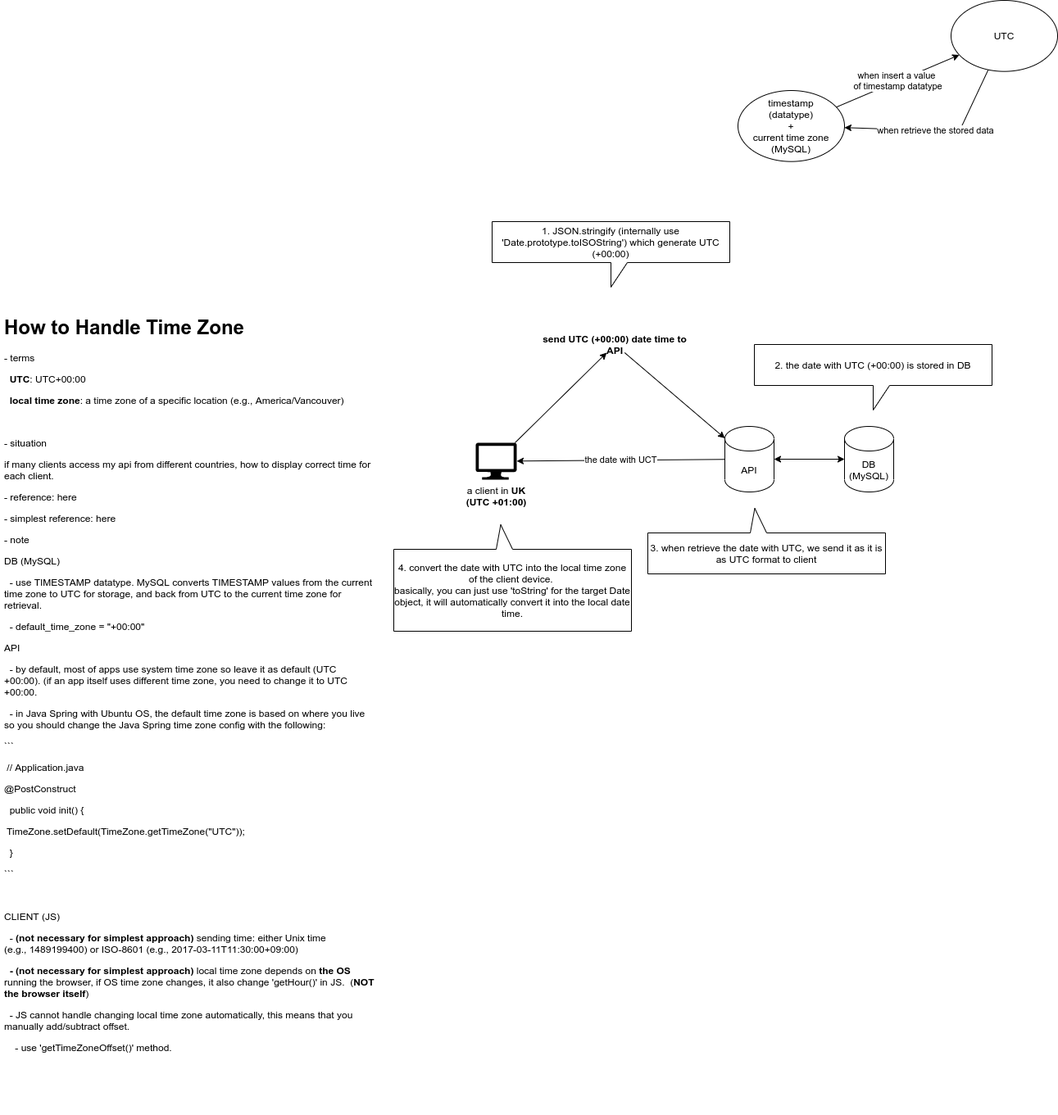
Earlier version of the draw.io export time-zone-overview.png (stsiwo/time-zone). Source tidied: cells renumbered, new cells last; positions are measured from the earlier drawing's top-left corner, leaving out a move shared by most shapes.
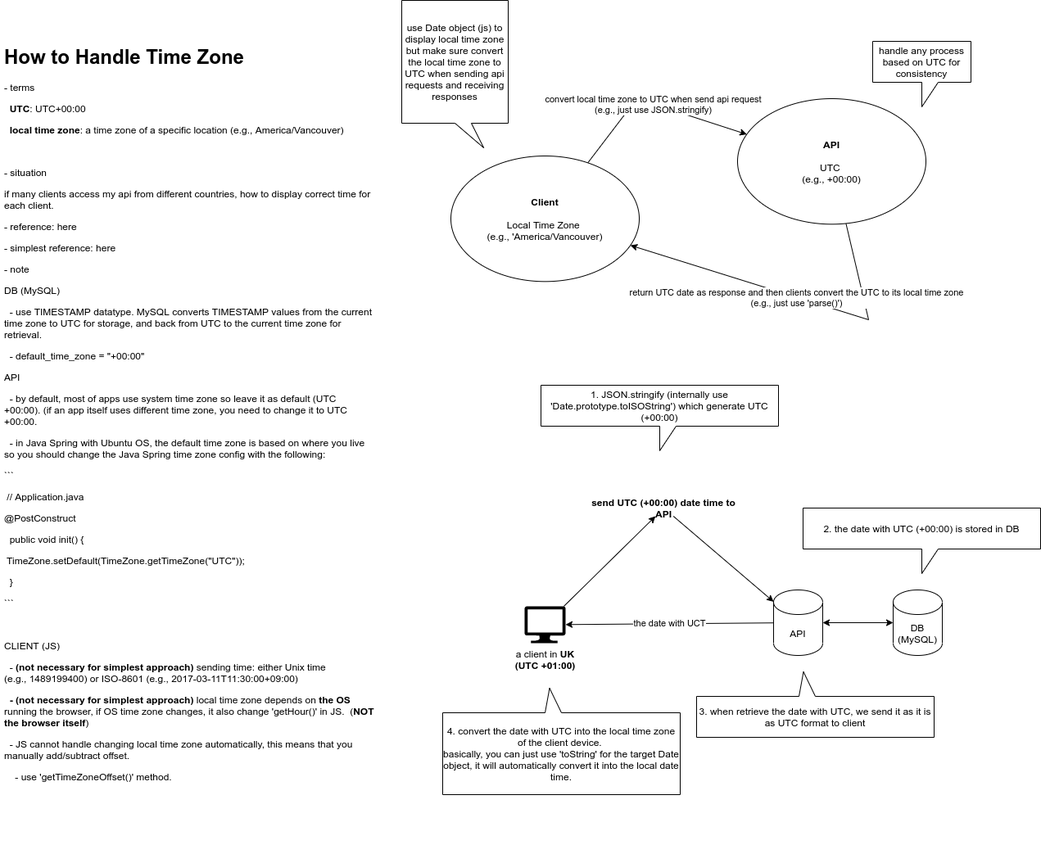
After the change.

The edit, as a diff of the source:
````diff
@@ -21,7 +21,7 @@
       <mxGeometry x="580" y="540" width="50" height="45" as="geometry" />
     </mxCell>
     <mxCell id="8" value="&lt;h1&gt;How to Handle Time Zone&amp;nbsp;&lt;/h1&gt;&lt;p&gt;- terms&lt;/p&gt;&lt;p&gt;&amp;nbsp; &lt;b&gt;UTC&lt;/b&gt;: UTC+00:00&lt;/p&gt;&lt;p&gt;&amp;nbsp; &lt;b&gt;local time zone&lt;/b&gt;: a time zone of a specific location (e.g., America/Vancouver)&lt;/p&gt;&lt;p&gt;&lt;br&gt;&lt;/p&gt;&lt;p&gt;- situation&lt;/p&gt;&lt;p&gt;if many clients access my api from different countries, how to display correct time for each client.&lt;/p&gt;&lt;p&gt;- reference: &lt;a href=&quot;https://toastui.medium.com/handling-time-zone-in-javascript-547e67aa842d&quot;&gt;here&lt;/a&gt;&lt;/p&gt;&lt;p&gt;- simplest reference: &lt;a href=&quot;https://dev.to/corykeane/3-simple-rules-for-effectively-handling-dates-and-timezones-1pe0&quot;&gt;here&lt;/a&gt;&lt;/p&gt;&lt;p&gt;- note&lt;/p&gt;&lt;p&gt;DB (MySQL)&lt;/p&gt;&lt;p&gt;&amp;nbsp; - use TIMESTAMP datatype.&amp;nbsp;MySQL converts TIMESTAMP values from the current time zone to UTC for storage, and back from UTC to the current time zone for retrieval.&lt;/p&gt;&lt;p&gt;&amp;nbsp; - default_time_zone = &quot;+00:00&quot;&lt;/p&gt;&lt;p&gt;API&amp;nbsp;&lt;/p&gt;&lt;p&gt;&amp;nbsp; - by default, most of apps use system time zone so leave it as default (UTC +00:00). (if an app itself uses different time zone, you need to change it to UTC +00:00.&lt;/p&gt;&lt;p&gt;&amp;nbsp; - in Java Spring with Ubuntu OS, the default time zone is based on where you live so you should change the Java Spring time zone config with the following:&lt;/p&gt;&lt;p&gt;```&lt;/p&gt;&lt;p&gt;&amp;nbsp;// Application.java&lt;/p&gt;&lt;p&gt;@PostConstruct&lt;/p&gt;&lt;p&gt;&amp;nbsp; public void init() {&lt;/p&gt;&lt;p&gt;&lt;span&gt;&amp;nbsp;TimeZone.setDefault(TimeZone.getTimeZone(&quot;UTC&quot;));&lt;/span&gt;&lt;br&gt;&lt;/p&gt;&lt;p&gt;&lt;span&gt;&amp;nbsp; }&lt;/span&gt;&lt;br&gt;&lt;/p&gt;&lt;p&gt;```&lt;/p&gt;&lt;p&gt;&lt;br&gt;&lt;/p&gt;&lt;p&gt;CLIENT (JS)&lt;/p&gt;&lt;p&gt;&amp;nbsp; - &lt;b&gt;(not necessary for simplest approach)&lt;/b&gt; sending time: either Unix time (e.g.,&amp;nbsp;1489199400) or ISO-8601 (e.g.,&amp;nbsp;2017-03-11T11:30:00+09:00)&lt;span&gt;&amp;nbsp;&lt;/span&gt;&lt;/p&gt;&lt;b&gt;&amp;nbsp; - (not necessary for simplest approach)&amp;nbsp;&lt;/b&gt;&lt;span&gt;local time zone depends on &lt;/span&gt;&lt;b&gt;the OS&lt;/b&gt;&lt;span&gt; running the browser, if OS time zone changes, it also change 'getHour()' in JS.&amp;nbsp; (&lt;/span&gt;&lt;b&gt;NOT the browser itself&lt;/b&gt;&lt;span&gt;)&lt;/span&gt;&lt;b&gt;&lt;br&gt;&lt;/b&gt;&lt;p&gt;&amp;nbsp; - JS cannot handle changing local time zone automatically, this means that you manually add/subtract offset.&lt;/p&gt;&lt;p&gt;&amp;nbsp; &amp;nbsp; - use 'getTimeZoneOffset()' method.&amp;nbsp;&lt;/p&gt;" style="text;html=1;strokeColor=none;fillColor=none;spacing=5;spacingTop=-20;whiteSpace=wrap;overflow=hidden;rounded=0;" parent="1" vertex="1">
-      <mxGeometry y="380" width="460" height="980" as="geometry" />
+      <mxGeometry x="-60" y="-150" width="460" height="980" as="geometry" />
     </mxCell>
     <mxCell id="9" style="edgeStyle=none;rounded=0;jettySize=auto;html=1;startArrow=none;startFill=0;" parent="1" edge="1" source="10" target="4">
       <mxGeometry relative="1" as="geometry" />
@@ -29,22 +29,6 @@
     <mxCell id="10" value="&lt;b&gt;send UTC (+00:00) date time to API&lt;/b&gt;" style="text;html=1;strokeColor=none;fillColor=none;align=center;verticalAlign=middle;whiteSpace=wrap;rounded=0;" parent="1" vertex="1">
       <mxGeometry x="660" y="410" width="180" height="20" as="geometry" />
     </mxCell>
-    <mxCell id="11" value="when insert a value &lt;br&gt;of timestamp datatype" style="edgeStyle=none;rounded=0;jettySize=auto;html=1;startArrow=none;startFill=0;" parent="1" edge="1" source="12" target="14">
-      <mxGeometry relative="1" as="geometry" />
-    </mxCell>
-    <mxCell id="12" value="timestamp&lt;br&gt;(datatype)&lt;br&gt;+&lt;br&gt;current time zone&lt;br&gt;(MySQL)" style="ellipse;whiteSpace=wrap;html=1;fillColor=#FFFFFF;" parent="1" vertex="1">
-      <mxGeometry x="900" y="110" width="130" height="86.7" as="geometry" />
-    </mxCell>
-    <mxCell id="13" value="when retrieve the stored data" style="edgeStyle=none;rounded=0;jettySize=auto;html=1;startArrow=none;startFill=0;" parent="1" edge="1" source="14" target="12">
-      <mxGeometry relative="1" as="geometry">
-        <Array as="points">
-          <mxPoint x="1170" y="160" />
-        </Array>
-      </mxGeometry>
-    </mxCell>
-    <mxCell id="14" value="UTC" style="ellipse;whiteSpace=wrap;html=1;fillColor=#FFFFFF;" parent="1" vertex="1">
-      <mxGeometry x="1160" width="130" height="86.7" as="geometry" />
-    </mxCell>
     <mxCell id="15" value="1. JSON.stringify (internally use 'Date.prototype.toISOString') which generate UTC (+00:00)" style="shape=callout;whiteSpace=wrap;html=1;perimeter=calloutPerimeter;fillColor=#FFFFFF;" parent="1" vertex="1">
       <mxGeometry x="600" y="270" width="290" height="80" as="geometry" />
     </mxCell>
@@ -57,5 +41,31 @@
     <mxCell id="18" value="4. convert the date with UTC into the local time zone of the client device.&amp;nbsp;&lt;br&gt;basically, you can just use 'toString' for the target Date object, it will automatically convert it into the local date time." style="shape=callout;whiteSpace=wrap;html=1;perimeter=calloutPerimeter;fillColor=#FFFFFF;direction=west;position2=0.55;" parent="1" vertex="1">
       <mxGeometry x="480" y="640" width="290" height="130" as="geometry" />
     </mxCell>
+    <mxCell id="19" value="convert local time zone to UTC when send api request&lt;br&gt;(e.g., just use JSON.stringify)" style="edgeStyle=none;rounded=0;jettySize=auto;html=1;startArrow=none;startFill=0;" parent="1" edge="1" source="20" target="22">
+      <mxGeometry relative="1" as="geometry">
+        <Array as="points">
+          <mxPoint x="717" y="-80" />
+        </Array>
+      </mxGeometry>
+    </mxCell>
+    <mxCell id="20" value="&lt;b&gt;Client&lt;/b&gt;&lt;br&gt;&lt;br&gt;Local Time Zone&amp;nbsp;&lt;br&gt;(e.g., 'America/Vancouver)" style="ellipse;whiteSpace=wrap;html=1;fillColor=#FFFFFF;" parent="1" vertex="1">
+      <mxGeometry x="490" y="-10" width="230" height="153.3" as="geometry" />
+    </mxCell>
+    <mxCell id="21" value="return UTC date as response and then clients convert the UTC to its local time zone&lt;br&gt;(e.g., just use 'parse()')" style="edgeStyle=none;rounded=0;jettySize=auto;html=1;startArrow=none;startFill=0;" parent="1" edge="1" source="22" target="20">
+      <mxGeometry relative="1" as="geometry">
+        <Array as="points">
+          <mxPoint x="1000" y="190" />
+        </Array>
+      </mxGeometry>
+    </mxCell>
+    <mxCell id="22" value="&lt;b&gt;API&lt;/b&gt;&lt;br&gt;&lt;br&gt;UTC&amp;nbsp;&lt;br&gt;(e.g., +00:00)" style="ellipse;whiteSpace=wrap;html=1;fillColor=#FFFFFF;" parent="1" vertex="1">
+      <mxGeometry x="840" y="-80" width="230" height="153.3" as="geometry" />
+    </mxCell>
+    <mxCell id="23" value="handle any process based on UTC for consistency" style="shape=callout;whiteSpace=wrap;html=1;perimeter=calloutPerimeter;fillColor=#FFFFFF;" parent="1" vertex="1">
+      <mxGeometry x="1005" y="-150" width="120" height="80" as="geometry" />
+    </mxCell>
+    <mxCell id="24" value="use Date object (js) to display local time zone but make sure convert the local time zone to UTC when sending api requests and receiving responses" style="shape=callout;whiteSpace=wrap;html=1;perimeter=calloutPerimeter;fillColor=#FFFFFF;direction=east;position2=0.77;" parent="1" vertex="1">
+      <mxGeometry x="430" y="-200" width="130" height="180" as="geometry" />
+    </mxCell>
   </root>
 </mxGraphModel>
````
